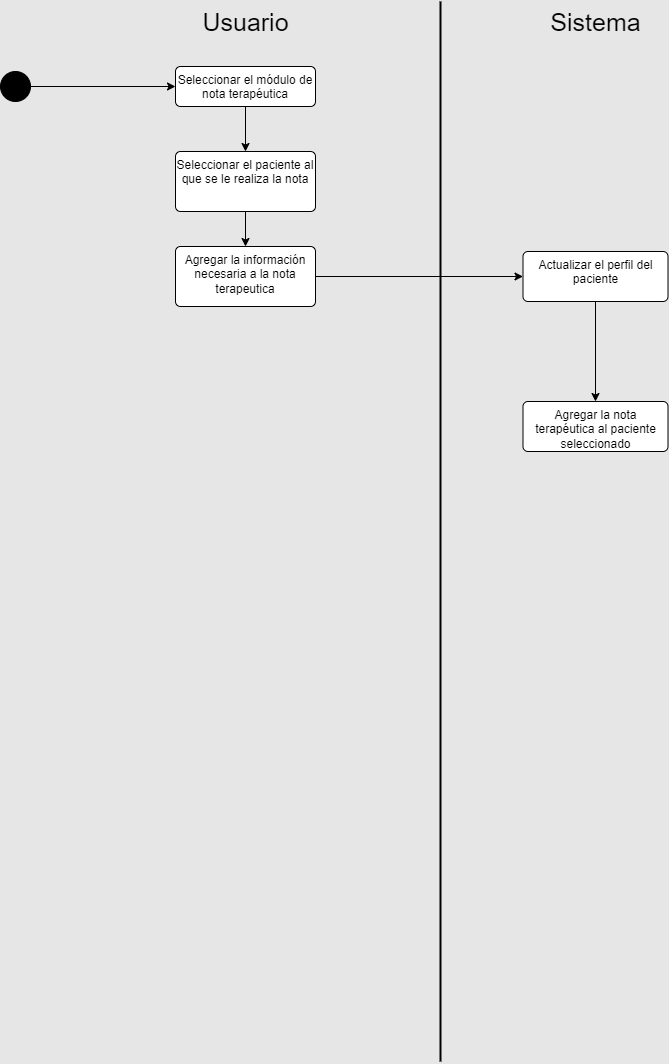
The draw.io diagram Diagrama de actividad/Nota terapeutica.png in CH3MOO/SpecialityX, before a commit. Source tidied: cells renumbered, new cells last; positions are measured from the earlier drawing's top-left corner, leaving out a move shared by most shapes.
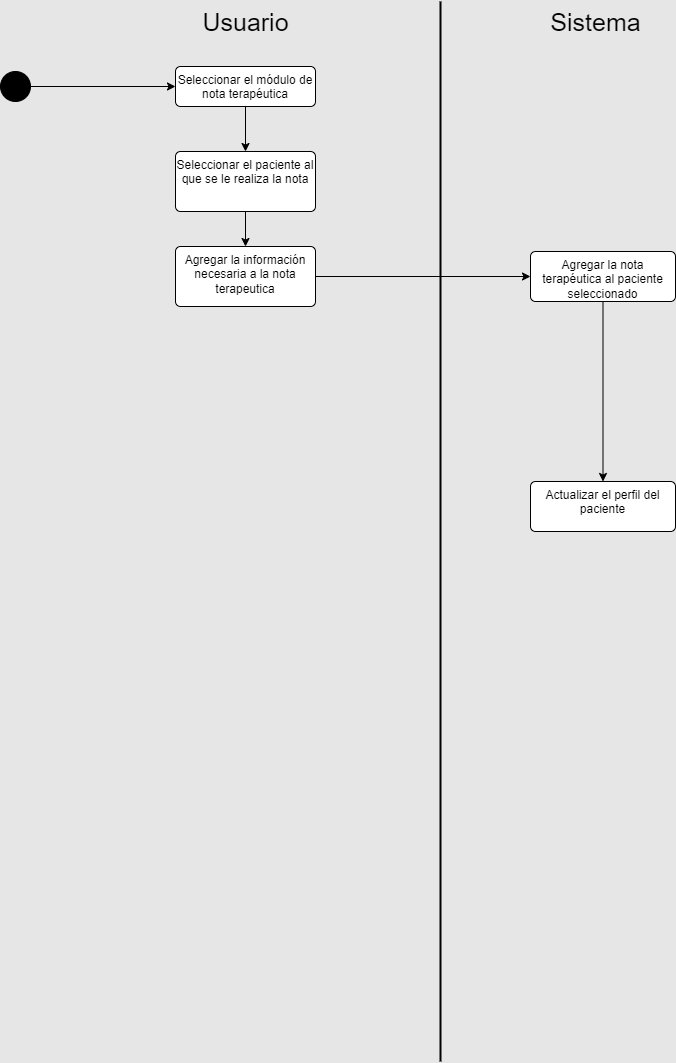
Above is the later version.

Diff of the diagram source:
```diff
@@ -26,20 +26,20 @@
     <mxCell id="8" value="Seleccionar el módulo de nota terapéutica" style="html=1;align=center;verticalAlign=top;rounded=1;absoluteArcSize=1;arcSize=10;dashed=0;whiteSpace=wrap;" parent="1" vertex="1">
       <mxGeometry x="175" y="65" width="140" height="40" as="geometry" />
     </mxCell>
-    <mxCell id="9" style="edgeStyle=orthogonalEdgeStyle;rounded=0;jettySize=auto;html=1;" parent="1" edge="1" source="10" target="12">
-      <mxGeometry relative="1" as="geometry" />
-    </mxCell>
+    <mxCell id="16" style="edgeStyle=orthogonalEdgeStyle;rounded=0;jettySize=auto;html=1;" parent="1" edge="1" source="10" target="13">
+      <mxGeometry relative="1" as="geometry" />
+    </mxCell>
     <mxCell id="10" value="Agregar la información necesaria a la nota terapeutica" style="html=1;align=center;verticalAlign=top;rounded=1;absoluteArcSize=1;arcSize=10;dashed=0;whiteSpace=wrap;" parent="1" vertex="1">
       <mxGeometry x="175" y="245" width="140" height="60" as="geometry" />
     </mxCell>
-    <mxCell id="11" style="edgeStyle=orthogonalEdgeStyle;rounded=0;jettySize=auto;html=1;" parent="1" edge="1" source="12" target="13">
-      <mxGeometry relative="1" as="geometry" />
-    </mxCell>
     <mxCell id="12" value="Actualizar el perfil del paciente" style="html=1;align=center;verticalAlign=top;rounded=1;absoluteArcSize=1;arcSize=10;dashed=0;whiteSpace=wrap;" parent="1" vertex="1">
-      <mxGeometry x="522.5" y="250" width="145" height="50" as="geometry" />
+      <mxGeometry x="530" y="480" width="145" height="50" as="geometry" />
     </mxCell>
+    <mxCell id="17" style="edgeStyle=orthogonalEdgeStyle;rounded=0;jettySize=auto;html=1;" parent="1" edge="1" source="13" target="12">
+      <mxGeometry relative="1" as="geometry" />
+    </mxCell>
     <mxCell id="13" value="Agregar la nota terapéutica al paciente seleccionado" style="html=1;align=center;verticalAlign=top;rounded=1;absoluteArcSize=1;arcSize=10;dashed=0;whiteSpace=wrap;" parent="1" vertex="1">
-      <mxGeometry x="522.5" y="400" width="145" height="50" as="geometry" />
+      <mxGeometry x="530" y="250" width="145" height="50" as="geometry" />
     </mxCell>
     <mxCell id="14" style="edgeStyle=orthogonalEdgeStyle;rounded=0;jettySize=auto;html=1;" parent="1" edge="1" source="15" target="10">
       <mxGeometry relative="1" as="geometry" />
```
